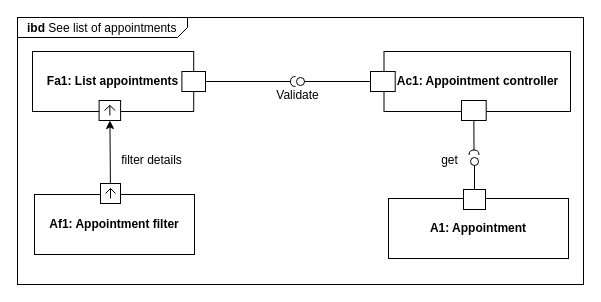
Before: Diagrams/Development/IBD 11 - See Appointments.drawio in RafaelCMira/myclinic-msp-project, a draw.io diagram. Source tidied: cells renumbered, new cells numbered last; positions are measured from the earlier drawing's top-left corner, leaving out a move shared by most shapes. Both pictures are drawn from the tidied source at 100%, with x=0, y=0 at pixel (17, 17).
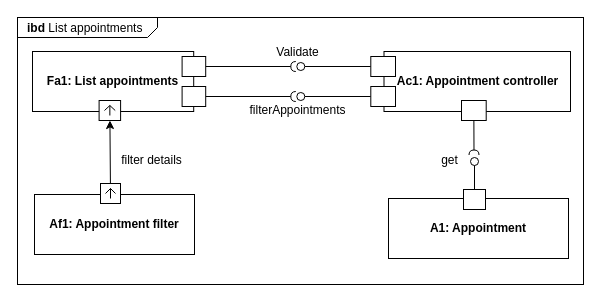
The same page after the edit.

Diff of the diagram source:
```diff
@@
-    <mxCell id="2" value="&lt;p style=&quot;margin:0px;margin-top:4px;margin-left:10px;text-align:left;&quot;&gt;&lt;b&gt;ibd&lt;/b&gt;&amp;nbsp;See list of appointments&lt;/p&gt;" style="html=1;shape=mxgraph.sysml.package;labelX=170.57;align=left;spacingLeft=10;html=1;overflow=fill;whiteSpace=wrap;" parent="1" vertex="1">
+    <mxCell id="2" value="&lt;p style=&quot;margin:0px;margin-top:4px;margin-left:10px;text-align:left;&quot;&gt;&lt;b&gt;ibd&lt;/b&gt;&amp;nbsp;List appointments&lt;/p&gt;" style="html=1;shape=mxgraph.sysml.package;labelX=140.57;align=left;spacingLeft=10;html=1;overflow=fill;whiteSpace=wrap;" parent="1" vertex="1">
       <mxGeometry width="566" height="267" as="geometry" />
     </mxCell>
@@
     <mxCell id="9" style="ellipse;html=1;fontSize=11;align=center;fillColor=none;points=[];verticalAlign=bottom;labelPosition=center;verticalLabelPosition=top;flipH=1;" parent="1" vertex="1">
-      <mxGeometry x="279" y="60" width="8" height="8" as="geometry" />
+      <mxGeometry x="279.3" y="45" width="8" height="8" as="geometry" />
     </mxCell>
@@
     <mxCell id="11" style="shape=requiredInterface;html=1;fontSize=11;align=center;fillColor=none;points=[];verticalAlign=bottom;labelPosition=center;verticalLabelPosition=top;flipH=1;rotation=0;" parent="1" vertex="1">
-      <mxGeometry x="273" y="59" width="5" height="10" as="geometry" />
+      <mxGeometry x="273.3" y="44" width="5" height="10" as="geometry" />
     </mxCell>
     <mxCell id="12" value="Validate" style="text;html=1;align=center;verticalAlign=middle;strokeColor=none;fillColor=none;" parent="1" vertex="1">
-      <mxGeometry x="250" y="65" width="60" height="26" as="geometry" />
+      <mxGeometry x="250.3" y="22" width="60" height="26" as="geometry" />
     </mxCell>
@@
-    <mxCell id="16" style="group;" parent="1" vertex="1">
-      <mxGeometry x="15" y="34" width="173" height="69" as="geometry" />
-    </mxCell>
-    <mxCell id="17" value="&lt;b&gt;Fa1: List appointments&lt;/b&gt;" style="rounded=0;whiteSpace=wrap;html=1;fillColor=none;" parent="16" vertex="1">
-      <mxGeometry width="161.2" height="60" as="geometry" />
-    </mxCell>
-    <mxCell id="18" style="html=1;shape=mxgraph.sysml.port;sysMLPortType=flowN;" parent="16" vertex="1">
-      <mxGeometry x="66.6" y="49" width="21.5" height="20" as="geometry" />
-    </mxCell>
-    <mxCell id="19" style="html=1;rounded=0;" parent="16" vertex="1">
-      <mxGeometry x="149.4" y="20" width="23.6" height="20" as="geometry" />
-    </mxCell>
-    <mxCell id="20" style="group;" parent="1" vertex="1">
-      <mxGeometry x="353" y="34" width="200" height="69" as="geometry" />
-    </mxCell>
-    <mxCell id="21" value="&lt;b&gt;Ac1: Appointment controller&lt;/b&gt;" style="rounded=0;whiteSpace=wrap;html=1;fillColor=none;" parent="20" vertex="1">
-      <mxGeometry x="13.5" width="186.5" height="60" as="geometry" />
-    </mxCell>
-    <mxCell id="22" style="html=1;rounded=0;fillColor=default;" parent="20" vertex="1">
-      <mxGeometry y="20" width="24.7" height="20" as="geometry" />
-    </mxCell>
-    <mxCell id="23" style="html=1;rounded=0;" parent="20" vertex="1">
-      <mxGeometry x="91" y="49" width="24.7" height="20" as="geometry" />
-    </mxCell>
@@
+    <mxCell id="21" value="&lt;b&gt;Ac1: Appointment controller&lt;/b&gt;" style="rounded=0;whiteSpace=wrap;html=1;fillColor=none;" parent="1" vertex="1">
+      <mxGeometry x="366.5" y="34" width="186.5" height="60" as="geometry" />
+    </mxCell>
+    <mxCell id="22" style="html=1;rounded=0;fillColor=default;" parent="1" vertex="1">
+      <mxGeometry x="353.3" y="39" width="24.7" height="20" as="geometry" />
+    </mxCell>
+    <mxCell id="23" style="html=1;rounded=0;" parent="1" vertex="1">
+      <mxGeometry x="444" y="83" width="24.7" height="20" as="geometry" />
+    </mxCell>
+    <mxCell id="17" value="&lt;b&gt;Fa1: List appointments&lt;/b&gt;" style="rounded=0;whiteSpace=wrap;html=1;fillColor=none;" parent="1" vertex="1">
+      <mxGeometry x="15" y="34" width="161.2" height="60" as="geometry" />
+    </mxCell>
+    <mxCell id="18" style="html=1;shape=mxgraph.sysml.port;sysMLPortType=flowN;" parent="1" vertex="1">
+      <mxGeometry x="81.6" y="83" width="21.5" height="20" as="geometry" />
+    </mxCell>
+    <mxCell id="19" style="html=1;rounded=0;" parent="1" vertex="1">
+      <mxGeometry x="164.6" y="39" width="23.6" height="20" as="geometry" />
+    </mxCell>
+    <mxCell id="29" style="endArrow=none;html=1;rounded=0;align=center;verticalAlign=top;endFill=0;labelBackgroundColor=none;endSize=2;" parent="1" edge="1" source="34" target="30">
+      <mxGeometry relative="1" as="geometry" />
+    </mxCell>
+    <mxCell id="30" style="ellipse;html=1;fontSize=11;align=center;fillColor=none;points=[];verticalAlign=bottom;labelPosition=center;verticalLabelPosition=top;flipH=1;" parent="1" vertex="1">
+      <mxGeometry x="279.3" y="75" width="8" height="8" as="geometry" />
+    </mxCell>
+    <mxCell id="31" style="endArrow=none;html=1;rounded=0;align=center;verticalAlign=top;endFill=0;labelBackgroundColor=none;endSize=2;" parent="1" edge="1" source="35" target="32">
+      <mxGeometry relative="1" as="geometry" />
+    </mxCell>
+    <mxCell id="32" style="shape=requiredInterface;html=1;fontSize=11;align=center;fillColor=none;points=[];verticalAlign=bottom;labelPosition=center;verticalLabelPosition=top;flipH=1;rotation=0;" parent="1" vertex="1">
+      <mxGeometry x="273.3" y="74" width="5" height="10" as="geometry" />
+    </mxCell>
+    <mxCell id="33" value="filterAppointments" style="text;html=1;align=center;verticalAlign=middle;strokeColor=none;fillColor=none;" parent="1" vertex="1">
+      <mxGeometry x="223.3" y="80" width="114" height="26" as="geometry" />
+    </mxCell>
+    <mxCell id="34" style="html=1;rounded=0;fillColor=default;" parent="1" vertex="1">
+      <mxGeometry x="353.3" y="69" width="24.7" height="20" as="geometry" />
+    </mxCell>
+    <mxCell id="35" style="html=1;rounded=0;" parent="1" vertex="1">
+      <mxGeometry x="164.6" y="69" width="23.6" height="20" as="geometry" />
+    </mxCell>
```
